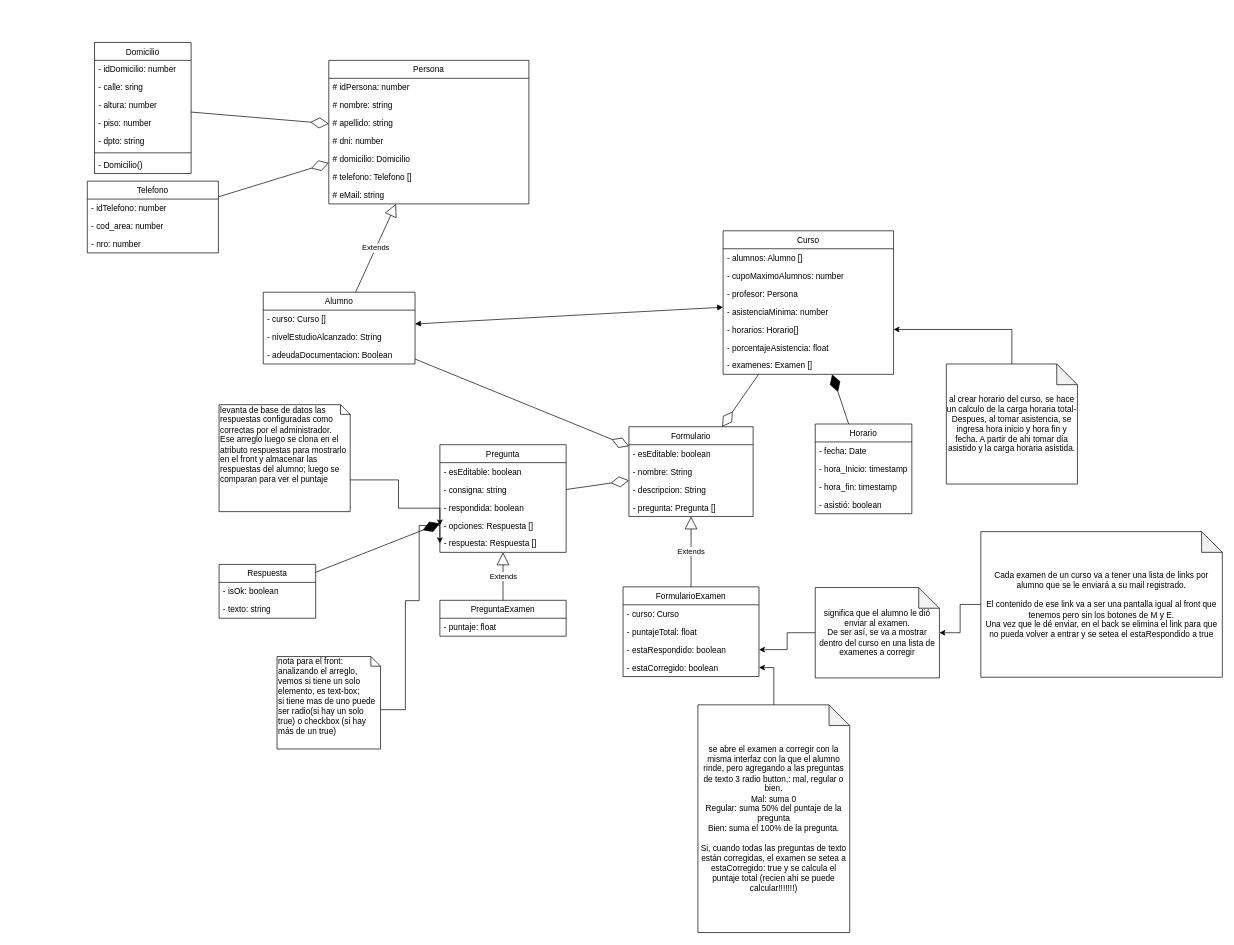
The draw.io diagram - UML/diagrama_proyecto_final.drawio in mariela21180/institucional-cfp, before the edit. Source tidied: cells renumbered, new cells numbered last; positions are measured from the earlier drawing's top-left corner, leaving out a move shared by most shapes. Both pictures are drawn from the tidied source at 69%, with x=0, y=0 at pixel (87, 42).
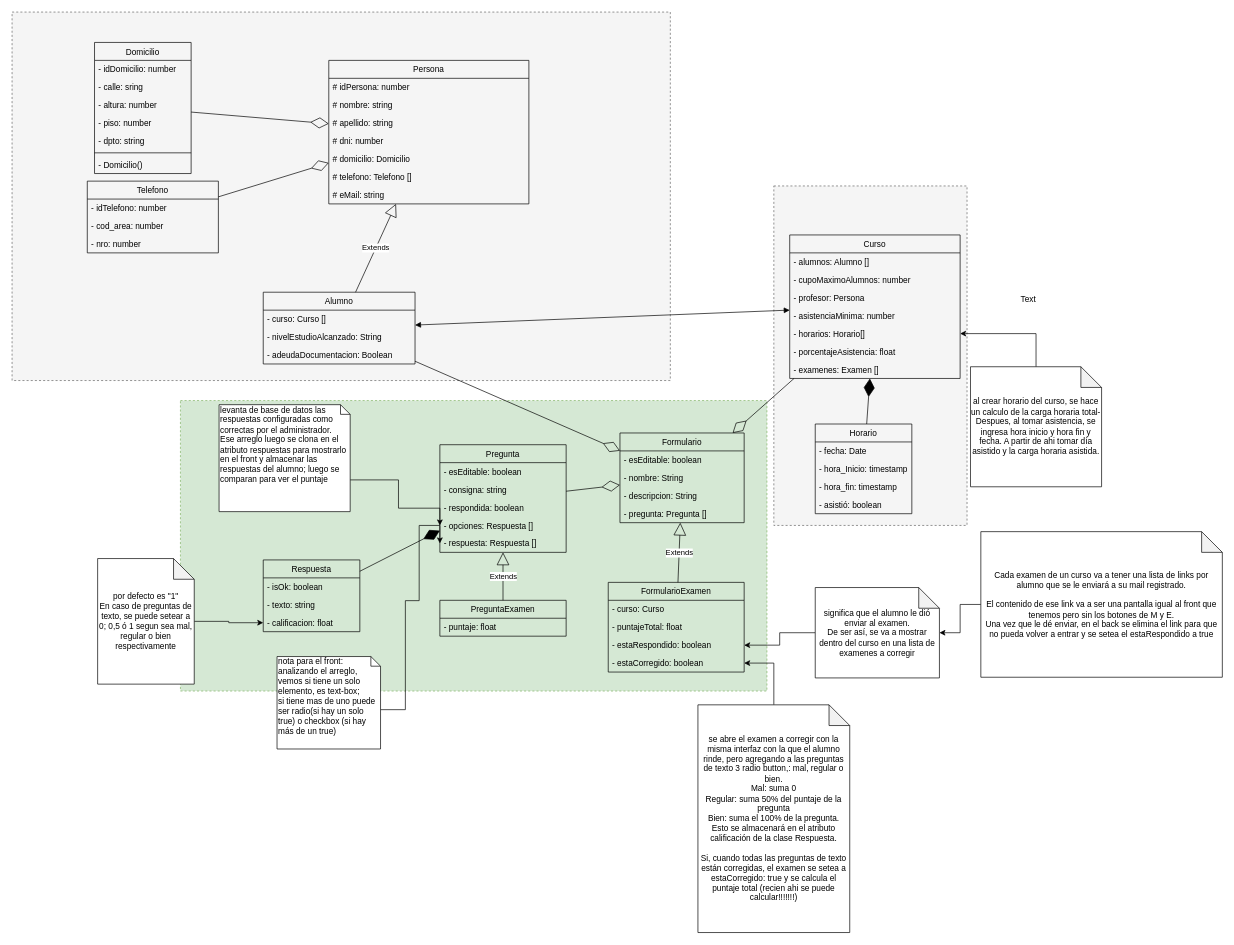
The same diagram, later.

Commit message:
#1 - Agrupacion por clases para el armado de las carpetas en el proyecto Nest

What changed in the source:
```diff
@@
+    <mxCell id="83" style="rounded=0;whiteSpace=wrap;html=1;dashed=1;fillColor=#f5f5f5;strokeColor=#666666;fontColor=#333333;" parent="1" vertex="1">
+      <mxGeometry x="995" y="208" width="280" height="492" as="geometry" />
+    </mxCell>
+    <mxCell id="84" style="rounded=0;whiteSpace=wrap;html=1;fillColor=#f5f5f5;dashed=1;strokeColor=#666666;fontColor=#333333;" parent="1" vertex="1">
+      <mxGeometry x="-109" y="-44" width="954" height="534" as="geometry" />
+    </mxCell>
+    <mxCell id="85" style="rounded=0;whiteSpace=wrap;html=1;dashed=1;fillColor=#d5e8d4;strokeColor=#82b366;" parent="1" vertex="1">
+      <mxGeometry x="135" y="519" width="850" height="421" as="geometry" />
+    </mxCell>
     <mxCell id="2" value="Curso" style="swimlane;fontStyle=0;horizontal=1;startSize=26;fillColor=none;" parent="1" vertex="1">
-      <mxGeometry x="921.5" y="273" width="247" height="208" as="geometry" />
+      <mxGeometry x="1018" y="279" width="247" height="208" as="geometry" />
     </mxCell>
@@
     <mxCell id="22" value="Formulario" style="swimlane;fontStyle=0;horizontal=1;startSize=26;fillColor=none;" parent="1" vertex="1">
-      <mxGeometry x="785" y="557" width="180" height="130" as="geometry" />
+      <mxGeometry x="772" y="566" width="180" height="130" as="geometry" />
     </mxCell>
@@
     <mxCell id="27" value="FormularioExamen" style="swimlane;fontStyle=0;horizontal=1;startSize=26;fillColor=none;" parent="1" vertex="1">
-      <mxGeometry x="776.5" y="789" width="197" height="130" as="geometry" />
+      <mxGeometry x="755" y="782.5" width="197" height="130" as="geometry" />
     </mxCell>
@@
     <mxCell id="34" value="Respuesta" style="swimlane;fontStyle=0;horizontal=1;startSize=26;fillColor=none;" parent="1" vertex="1">
-      <mxGeometry x="191" y="756.5" width="140" height="78" as="geometry" />
+      <mxGeometry x="255" y="750" width="140" height="104" as="geometry" />
     </mxCell>
@@
+    <mxCell id="86" value="- calificacion: float" style="text;strokeColor=none;fillColor=none;align=left;verticalAlign=top;spacingLeft=4;spacingRight=4;overflow=hidden;points=[[0,0.5],[1,0.5]];portConstraint=eastwest;" parent="34" vertex="1">
+      <mxGeometry y="78" width="140" height="26" as="geometry" />
+    </mxCell>
@@
     <mxCell id="75" value="al crear horario del curso, se hace un calculo de la carga horaria total-&lt;br&gt;Despues, al tomar asistencia, se ingresa hora inicio y hora fin y fecha. A partir de ahi tomar día asistido y la carga horaria asistida." style="shape=note;whiteSpace=wrap;html=1;backgroundOutline=1;darkOpacity=0.05;" parent="1" vertex="1">
-      <mxGeometry x="1245" y="466" width="190" height="174" as="geometry" />
+      <mxGeometry x="1280" y="470" width="190" height="174" as="geometry" />
     </mxCell>
@@
-    <mxCell id="80" value="se abre el examen a corregir con la misma interfaz con la que el alumno rinde, pero agregando a las preguntas de texto 3 radio button,: mal, regular o bien.&lt;br&gt;Mal: suma 0&lt;br&gt;Regular: suma 50% del puntaje de la pregunta&lt;br&gt;Bien: suma el 100% de la pregunta.&lt;br&gt;&lt;br&gt;Si, cuando todas las preguntas de texto están corregidas, el examen se setea a estaCorregido: true y se calcula el puntaje total (recien ahi se puede calcular!!!!!!!)" style="shape=note;whiteSpace=wrap;html=1;backgroundOutline=1;darkOpacity=0.05;" parent="1" vertex="1">
+    <mxCell id="80" value="se abre el examen a corregir con la misma interfaz con la que el alumno rinde, pero agregando a las preguntas de texto 3 radio button,: mal, regular o bien.&lt;br&gt;Mal: suma 0&lt;br&gt;Regular: suma 50% del puntaje de la pregunta&lt;br&gt;Bien: suma el 100% de la pregunta.&lt;br&gt;Esto se almacenará en el atributo calificación de la clase Respuesta.&lt;br&gt;&lt;br&gt;Si, cuando todas las preguntas de texto están corregidas, el examen se setea a estaCorregido: true y se calcula el puntaje total (recien ahi se puede calcular!!!!!!!)" style="shape=note;whiteSpace=wrap;html=1;backgroundOutline=1;darkOpacity=0.05;" parent="1" vertex="1">
       <mxGeometry x="885" y="960" width="220" height="330" as="geometry" />
     </mxCell>
@@
+    <mxCell id="87" value="Text" style="text;html=1;align=left;verticalAlign=top;spacingTop=-4;" parent="1" vertex="1">
+      <mxGeometry x="1351" y="363" width="40" height="20" as="geometry" />
+    </mxCell>
+    <mxCell id="88" style="edgeStyle=orthogonalEdgeStyle;rounded=0;jettySize=auto;html=1;" parent="1" edge="1" source="89" target="86">
+      <mxGeometry relative="1" as="geometry" />
+    </mxCell>
+    <mxCell id="89" value="por defecto es &quot;1&quot;&lt;br&gt;En caso de preguntas de texto, se puede setear a 0; 0,5 ó 1 segun sea mal, regular o bien respectivamente" style="shape=note;whiteSpace=wrap;html=1;backgroundOutline=1;darkOpacity=0.05;" parent="1" vertex="1">
+      <mxGeometry x="15" y="748" width="140" height="182" as="geometry" />
+    </mxCell>
```
